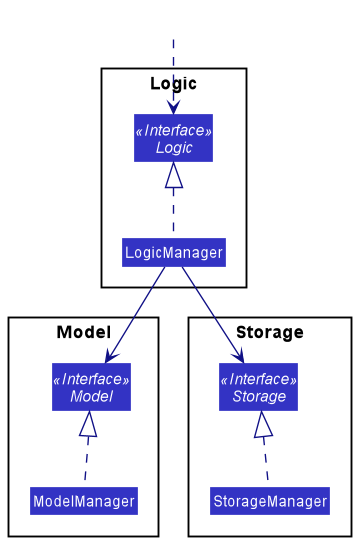
The PlantUML diagram docs/images/ComponentManagers.png in nus-cs2103-AY2425S1/tp, before a commit. Its diagram source:
```plantuml
@startuml
!include style.puml
skinparam arrowThickness 1.1
skinparam arrowColor LOGIC_COLOR_T4
skinparam classBackgroundColor LOGIC_COLOR

package Logic {
Interface Logic <<Interface>>
Class LogicManager
}

package Model{
Interface Model <<Interface>>
Class ModelManager
}

package Storage{
Interface Storage <<Interface>>
Class StorageManager
}

Class HiddenOutside #FFFFFF
HiddenOutside ..> Logic

LogicManager .up.|> Logic
ModelManager .up.|> Model
StorageManager .up.|> Storage

LogicManager --> Model
LogicManager --> Storage
@enduml
```
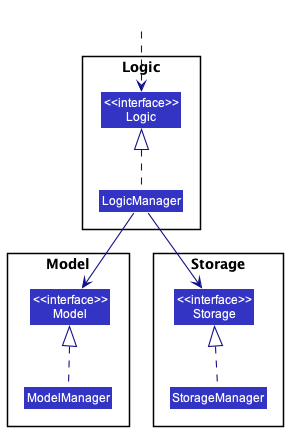
The same diagram one commit later.

Commit message:
Update class diagrams to use non-italics for <<interfaces>> (#115)

Change to the diagram source:
```diff
@@ -5,17 +5,17 @@
 skinparam classBackgroundColor LOGIC_COLOR
 
 package Logic {
-Interface Logic <<Interface>>
+Class "<<interface>>\nLogic" as Logic
 Class LogicManager
 }
 
 package Model{
-Interface Model <<Interface>>
+Class "<<interface>>\nModel" as Model
 Class ModelManager
 }
 
 package Storage{
-Interface Storage <<Interface>>
+Class "<<interface>>\nStorage" as Storage
 Class StorageManager
 }
 
```
